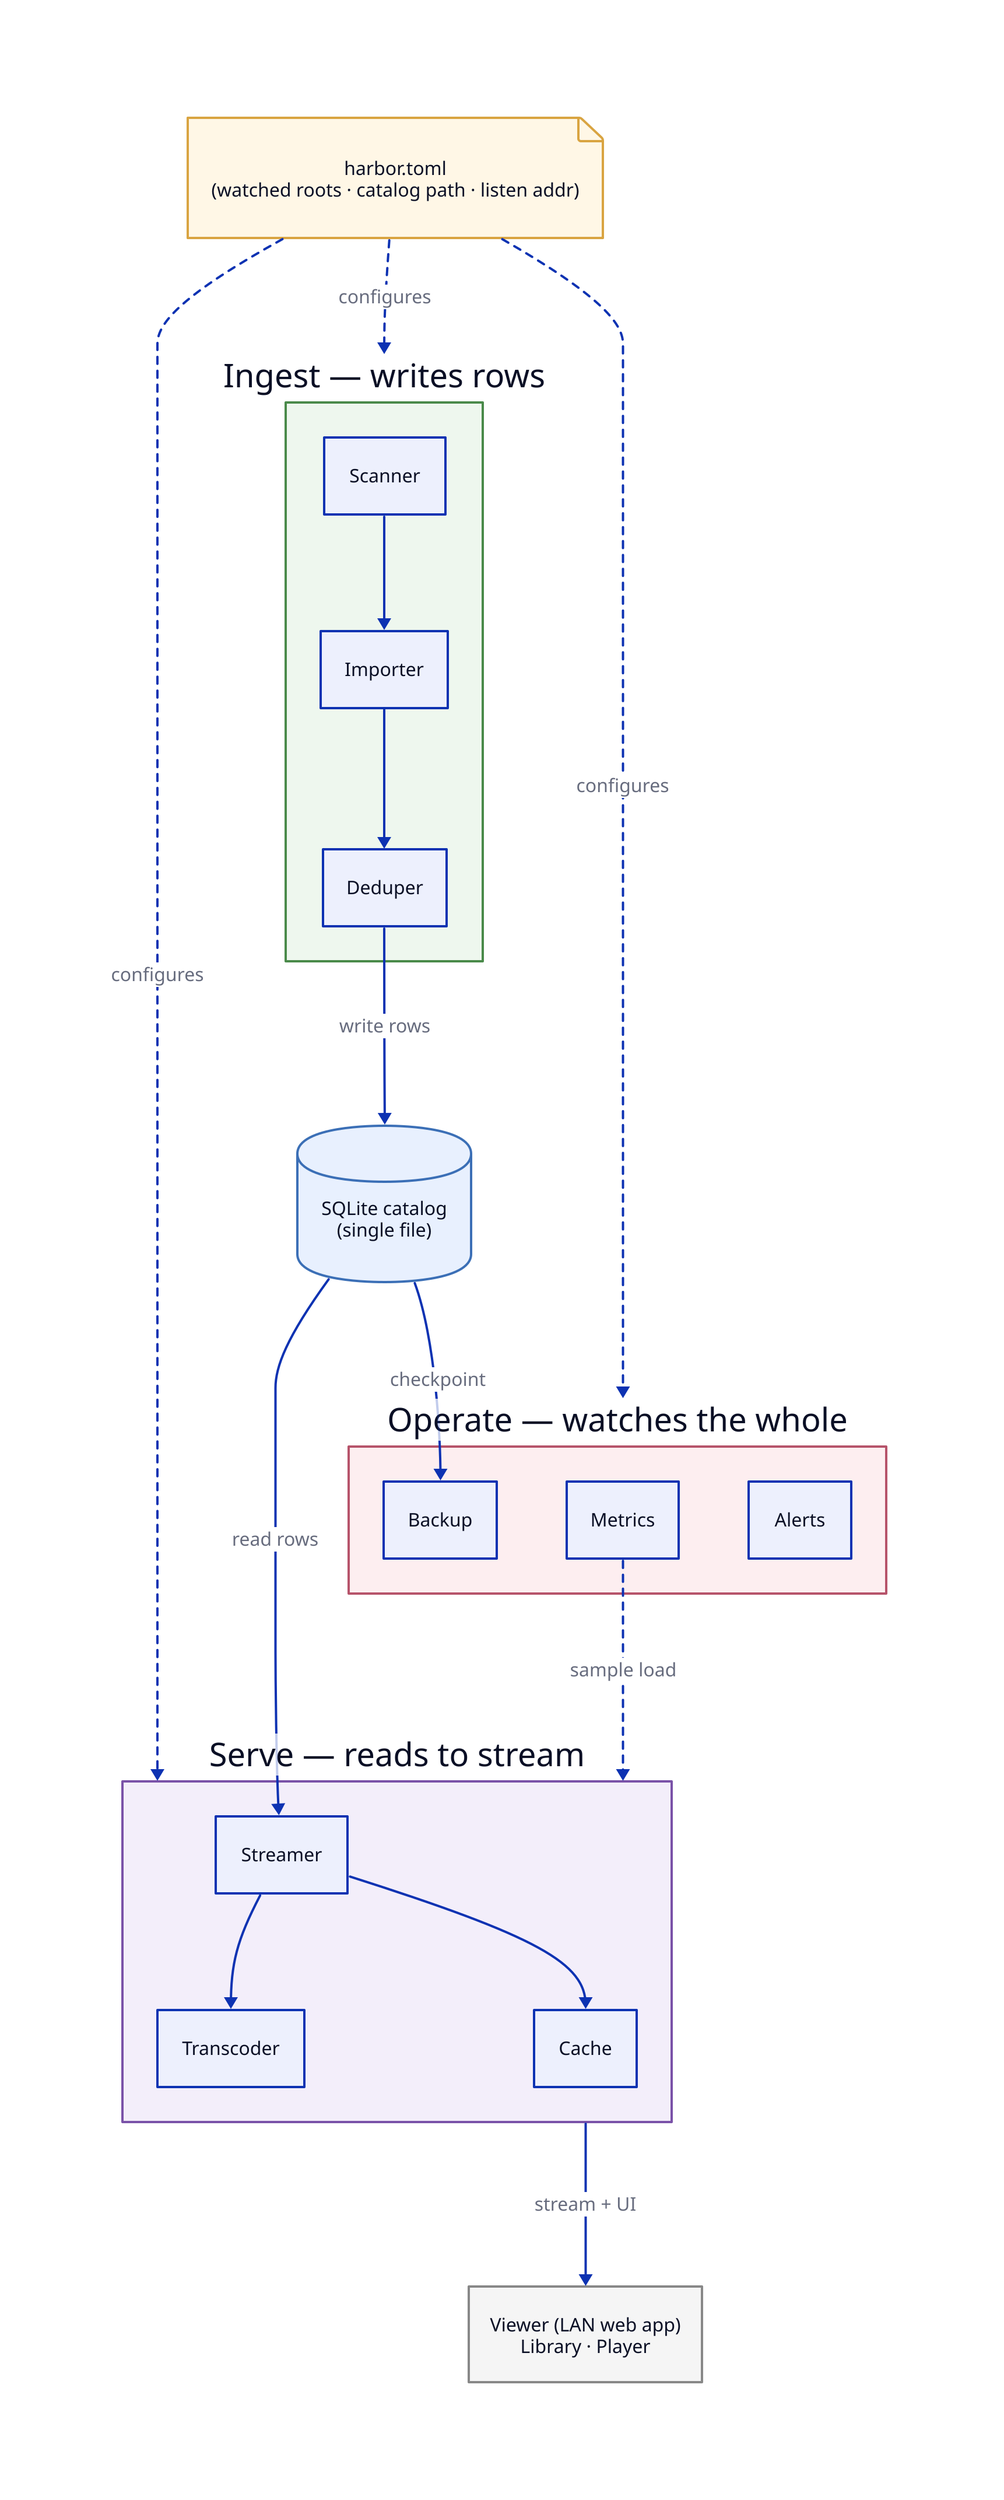
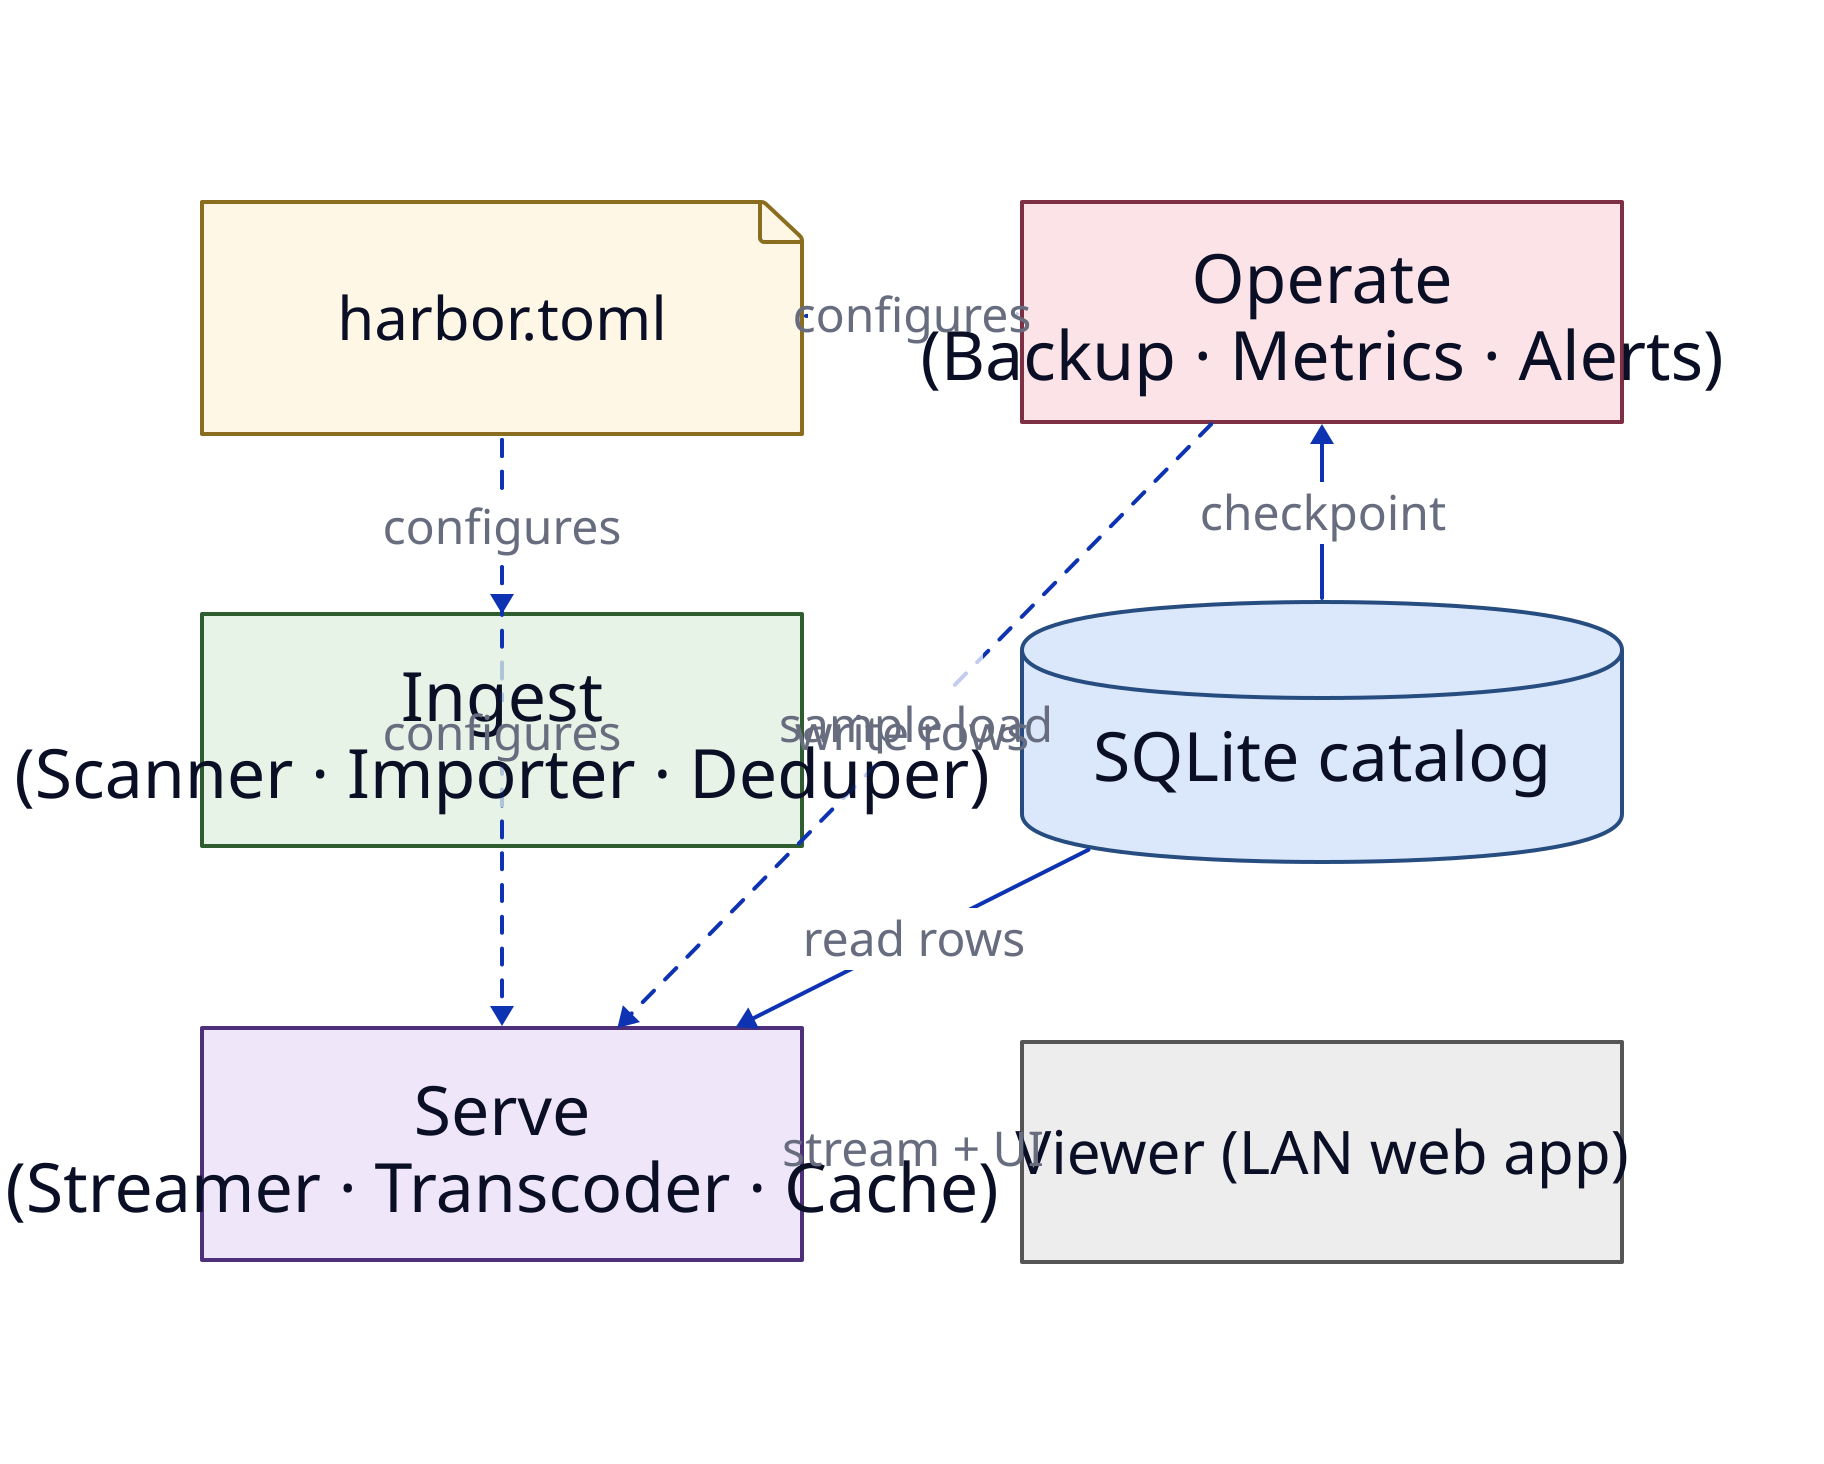
# HBR Architecture — three pipelines meeting at the SQLite catalog.
# Source of truth for HBR Architecture.svg. Render:
- #   d2 "HBR Architecture.d2" "HBR Architecture.svg"
+ #   d2 --layout=elk "HBR Architecture.d2" "HBR Architecture.svg"
+ #
+ # Diagram-rule application (R-diagram):
+ #  - Tufte data-ink: SUBSYSTEM-level only (6 boxes) — module breakdown lives in the
+ #    Subsystems table below, not crammed into the figure. Keeps it legible at page width.
+ #  - Bringhurst: 2 quantized font sizes (34 box / 24 edge label).
+ #  - Tufte sibling-sizing: the three pipeline boxes share one size.
+ #  - WCAG: dark text on light fills (>= 4.5:1).
+ #  - Sugiyama: single downward flow, config fans in, viewer terminal.

- direction: down
+ grid-columns: 2
+ horizontal-gap: 110
+ vertical-gap: 90
+ 
+ vars: { d2-config: { theme-id: 0 } }
+ classes: {
+   pipe: { width: 300; height: 110; style.font-size: 34; style.bold: true }
+   edge: { style.font-size: 24 }
+ }

config: {
-   label: "harbor.toml\n(watched roots · catalog path · listen addr)"
+   label: "harbor.toml"
  shape: page
+   width: 240; height: 110
+   style.font-size: 30
  style.fill: "#fff7e6"
-   style.stroke: "#d9a441"
+   style.stroke: "#8a6d1f"
}

+ ingest: { label: "Ingest\n(Scanner · Importer · Deduper)"; class: pipe; style.fill: "#e6f3e6"; style.stroke: "#2f5d2f" }
+ serve:  { label: "Serve\n(Streamer · Transcoder · Cache)"; class: pipe; style.fill: "#efe6fa"; style.stroke: "#4e2f7a" }
+ operate: { label: "Operate\n(Backup · Metrics · Alerts)"; class: pipe; style.fill: "#fbe3e7"; style.stroke: "#7d2f44" }
+ 
catalog: {
-   label: "SQLite catalog\n(single file)"
+   label: "SQLite catalog"
  shape: cylinder
-   style.fill: "#e8f0fe"
-   style.stroke: "#3b6fb6"
+   width: 300; height: 130
+   style.font-size: 34
+   style.fill: "#dbe7fb"
+   style.stroke: "#274d80"
  style.bold: true
}

- ingest: {
-   label: "Ingest — writes rows"
-   direction: right
-   style.fill: "#eef7ee"
-   style.stroke: "#4a8a4a"
-   scanner: Scanner
-   importer: Importer
-   deduper: Deduper
-   scanner -> importer -> deduper
+ viewer: {
+   label: "Viewer (LAN web app)"
+   shape: rectangle
+   width: 300; height: 110
+   style.font-size: 30
+   style.fill: "#ededed"
+   style.stroke: "#555555"
}

- serve: {
-   label: "Serve — reads to stream"
-   direction: right
-   style.fill: "#f3eefa"
-   style.stroke: "#7a52a8"
-   streamer: Streamer
-   transcoder: Transcoder
-   cache: Cache
-   streamer -> transcoder
-   streamer -> cache
- }
- 
- operate: {
-   label: "Operate — watches the whole"
-   direction: right
-   style.fill: "#fdeef0"
-   style.stroke: "#b6536a"
-   backup: Backup
-   metrics: Metrics
-   alerts: Alerts
- }
- 
- viewer: {
-   label: "Viewer (LAN web app)\nLibrary · Player"
-   shape: rectangle
-   style.fill: "#f5f5f5"
-   style.stroke: "#888888"
- }
- 
- config -> ingest: configures {style.stroke-dash: 3}
- config -> serve: configures {style.stroke-dash: 3}
- config -> operate: configures {style.stroke-dash: 3}
- 
- ingest.deduper -> catalog: write rows
- catalog -> serve.streamer: read rows
- catalog -> operate.backup: checkpoint
- operate.metrics -> serve: sample load {style.stroke-dash: 3}
- serve -> viewer: stream + UI
+ config -> ingest: configures { class: edge; style.stroke-dash: 4 }
+ config -> serve: configures { class: edge; style.stroke-dash: 4 }
+ config -> operate: configures { class: edge; style.stroke-dash: 4 }
+ ingest -> catalog: write rows { class: edge }
+ catalog -> serve: read rows { class: edge }
+ catalog -> operate: checkpoint { class: edge }
+ operate -> serve: sample load { class: edge; style.stroke-dash: 4 }
+ serve -> viewer: stream + UI { class: edge }
